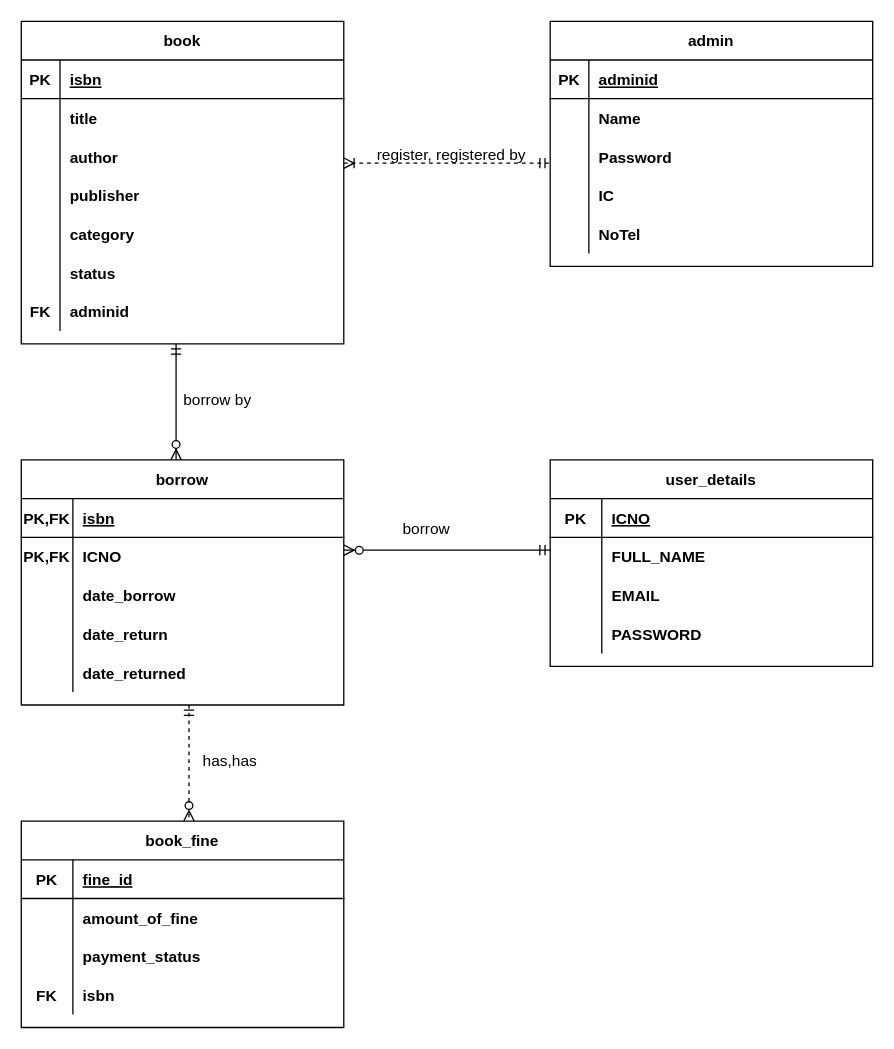
nurezzajeslin/Exercise-1 keeps this draw.io diagram as Untitled Diagram.drawio. Above is the earlier version. Source tidied: cells renumbered, new cells numbered last; positions are measured from the earlier drawing's top-left corner, leaving out a move shared by most shapes. Both pictures are drawn from the tidied source at 129%, with x=0, y=0 at pixel (21, 21).
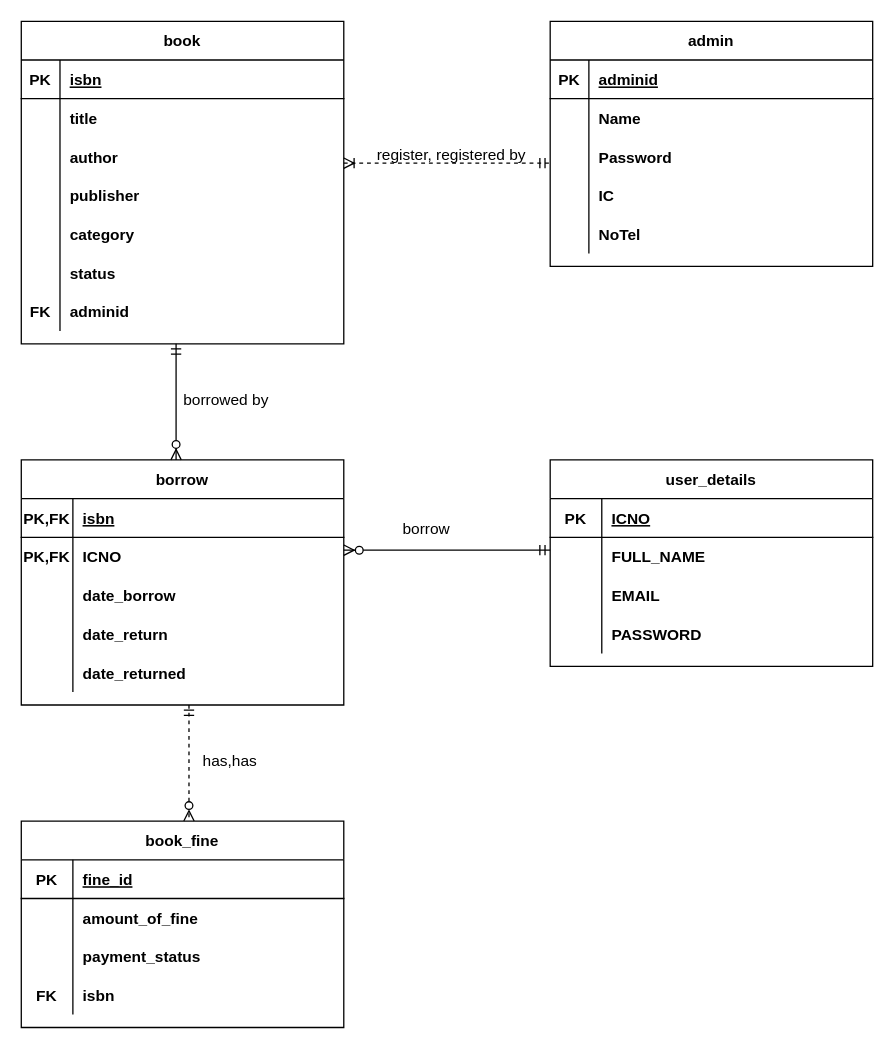
Above is the later version.

What changed in the source:
```diff
@@
-    <mxCell id="86" value="borrow by" style="text;strokeColor=none;fillColor=none;spacingLeft=4;spacingRight=4;overflow=hidden;fontSize=12;" parent="1" vertex="1">
-      <mxGeometry x="120" y="280" width="70" height="30" as="geometry" />
+    <mxCell id="86" value="borrowed by" style="text;strokeColor=none;fillColor=none;spacingLeft=4;spacingRight=4;overflow=hidden;fontSize=12;" parent="1" vertex="1">
+      <mxGeometry x="120" y="280" width="80" height="30" as="geometry" />
     </mxCell>
```
